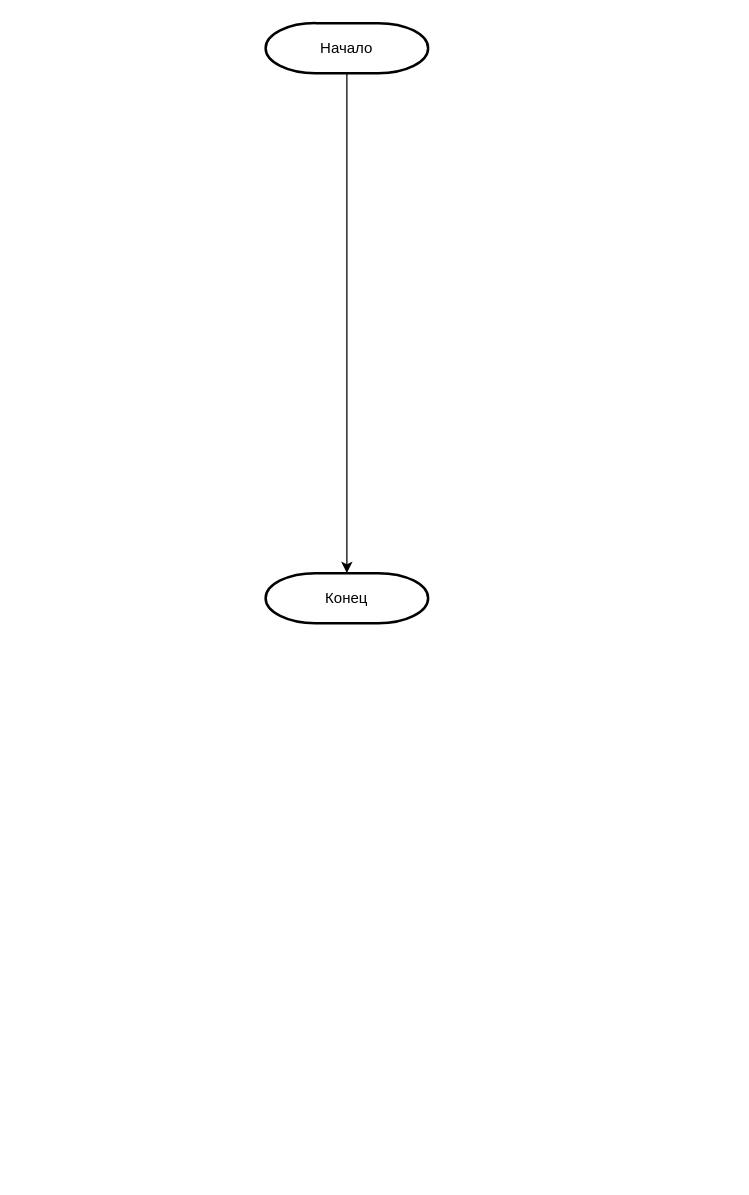
Earlier version of the draw.io diagram Algorithm_OPZ/(2. ЧП) Алгоритм Генерация объектов защиты.drawio (SmirnovBogdan8/Diplom). Source tidied: cells renumbered, new cells numbered last; positions are measured from the earlier drawing's top-left corner, leaving out a move shared by most shapes. Both pictures are drawn from the tidied source at 125%, with x=0, y=0 at pixel (265, 22).
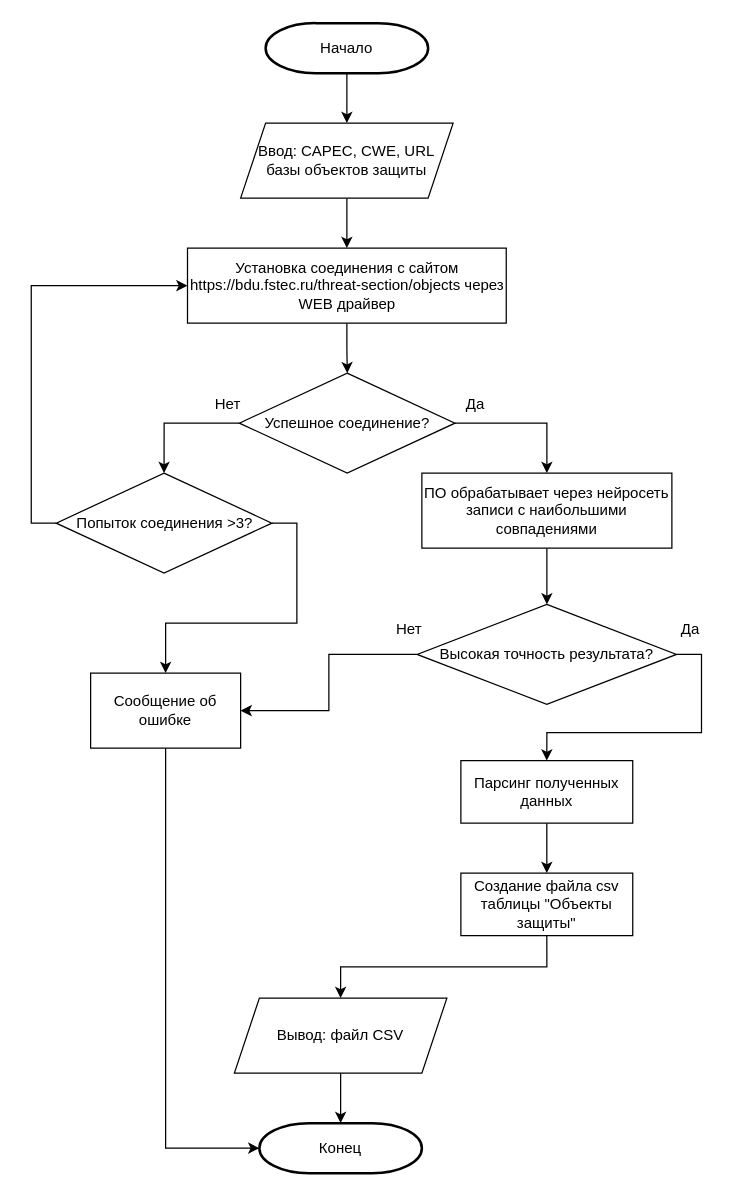
The same diagram, later.

Unchanged cells that the change refers to:
```xml
<mxCell id="3" value="Начало" style="strokeWidth=2;html=1;shape=mxgraph.flowchart.terminator;whiteSpace=wrap;" parent="1" vertex="1">
  <mxGeometry width="130" height="40" as="geometry" />
</mxCell>
```

Diff of the diagram source:
```diff
@@
-    <mxCell id="2" style="edgeStyle=orthogonalEdgeStyle;rounded=0;jettySize=auto;html=1;exitX=0.5;exitY=1;exitDx=0;exitDy=0;exitPerimeter=0;" parent="1" edge="1" source="3" target="4">
-      <mxGeometry relative="1" as="geometry" />
-    </mxCell>
+    <mxCell id="5" style="edgeStyle=orthogonalEdgeStyle;rounded=0;jettySize=auto;html=1;" parent="1" edge="1" source="3" target="7">
+      <mxGeometry relative="1" as="geometry" />
+    </mxCell>
@@
     <mxCell id="4" value="Конец" style="strokeWidth=2;html=1;shape=mxgraph.flowchart.terminator;whiteSpace=wrap;" parent="1" vertex="1">
-      <mxGeometry y="440" width="130" height="40" as="geometry" />
+      <mxGeometry x="-5" y="880" width="130" height="40" as="geometry" />
     </mxCell>
+    <mxCell id="6" style="edgeStyle=orthogonalEdgeStyle;rounded=0;jettySize=auto;html=1;" parent="1" edge="1" source="7" target="9">
+      <mxGeometry relative="1" as="geometry" />
+    </mxCell>
+    <mxCell id="7" value="Ввод: CAPEC, CWE, URL базы объектов защиты" style="shape=parallelogram;perimeter=parallelogramPerimeter;whiteSpace=wrap;html=1;fixedSize=1;" parent="1" vertex="1">
+      <mxGeometry x="-20" y="80" width="170" height="60" as="geometry" />
+    </mxCell>
+    <mxCell id="8" style="edgeStyle=orthogonalEdgeStyle;rounded=0;jettySize=auto;html=1;" parent="1" edge="1" source="9" target="12">
+      <mxGeometry relative="1" as="geometry" />
+    </mxCell>
+    <mxCell id="9" value="Установка соединения с сайтом https://bdu.fstec.ru/threat-section/objects&amp;nbsp;через WEB драйвер" style="rounded=0;whiteSpace=wrap;html=1;" parent="1" vertex="1">
+      <mxGeometry x="-62.5" y="180" width="255" height="60" as="geometry" />
+    </mxCell>
+    <mxCell id="10" style="edgeStyle=orthogonalEdgeStyle;rounded=0;jettySize=auto;html=1;exitX=0;exitY=0.5;exitDx=0;exitDy=0;entryX=0.5;entryY=0;entryDx=0;entryDy=0;" parent="1" edge="1" source="12" target="15">
+      <mxGeometry relative="1" as="geometry" />
+    </mxCell>
+    <mxCell id="11" style="edgeStyle=orthogonalEdgeStyle;rounded=0;jettySize=auto;html=1;exitX=1;exitY=0.5;exitDx=0;exitDy=0;entryX=0.5;entryY=0;entryDx=0;entryDy=0;" parent="1" edge="1" source="12" target="19">
+      <mxGeometry relative="1" as="geometry" />
+    </mxCell>
+    <mxCell id="12" value="Успешное соединение?" style="rhombus;whiteSpace=wrap;html=1;" parent="1" vertex="1">
+      <mxGeometry x="-21" y="280" width="172.5" height="80" as="geometry" />
+    </mxCell>
+    <mxCell id="13" style="edgeStyle=orthogonalEdgeStyle;rounded=0;jettySize=auto;html=1;exitX=1;exitY=0.5;exitDx=0;exitDy=0;entryX=0.5;entryY=0;entryDx=0;entryDy=0;" parent="1" edge="1" source="15" target="16">
+      <mxGeometry relative="1" as="geometry" />
+    </mxCell>
+    <mxCell id="14" style="edgeStyle=orthogonalEdgeStyle;rounded=0;jettySize=auto;html=1;exitX=0;exitY=0.5;exitDx=0;exitDy=0;entryX=0;entryY=0.5;entryDx=0;entryDy=0;" parent="1" edge="1" source="15" target="9">
+      <mxGeometry relative="1" as="geometry" />
+    </mxCell>
+    <mxCell id="15" value="Попыток соединения &amp;gt;3?" style="rhombus;whiteSpace=wrap;html=1;" parent="1" vertex="1">
+      <mxGeometry x="-167.5" y="360" width="172.5" height="80" as="geometry" />
+    </mxCell>
+    <mxCell id="16" value="Сообщение об ошибке" style="rounded=0;whiteSpace=wrap;html=1;" parent="1" vertex="1">
+      <mxGeometry x="-140" y="520" width="120" height="60" as="geometry" />
+    </mxCell>
+    <mxCell id="17" style="edgeStyle=orthogonalEdgeStyle;rounded=0;jettySize=auto;html=1;exitX=0.5;exitY=1;exitDx=0;exitDy=0;entryX=0;entryY=0.5;entryDx=0;entryDy=0;entryPerimeter=0;" parent="1" edge="1" source="16" target="4">
+      <mxGeometry relative="1" as="geometry" />
+    </mxCell>
+    <mxCell id="18" style="edgeStyle=orthogonalEdgeStyle;rounded=0;jettySize=auto;html=1;" parent="1" edge="1" source="19" target="22">
+      <mxGeometry relative="1" as="geometry" />
+    </mxCell>
+    <mxCell id="19" value="ПО обрабатывает через нейросеть записи с наибольшими совпадениями" style="rounded=0;whiteSpace=wrap;html=1;" parent="1" vertex="1">
+      <mxGeometry x="125" y="360" width="200" height="60" as="geometry" />
+    </mxCell>
+    <mxCell id="20" style="edgeStyle=orthogonalEdgeStyle;rounded=0;jettySize=auto;html=1;exitX=0;exitY=0.5;exitDx=0;exitDy=0;entryX=1;entryY=0.5;entryDx=0;entryDy=0;" parent="1" edge="1" source="22" target="16">
+      <mxGeometry relative="1" as="geometry" />
+    </mxCell>
+    <mxCell id="21" style="edgeStyle=orthogonalEdgeStyle;rounded=0;jettySize=auto;html=1;exitX=1;exitY=0.5;exitDx=0;exitDy=0;entryX=0.5;entryY=0;entryDx=0;entryDy=0;" parent="1" edge="1" source="22" target="24">
+      <mxGeometry relative="1" as="geometry" />
+    </mxCell>
+    <mxCell id="22" value="Высокая точность результата?" style="rhombus;whiteSpace=wrap;html=1;" parent="1" vertex="1">
+      <mxGeometry x="121.2" y="465" width="207.5" height="80" as="geometry" />
+    </mxCell>
+    <mxCell id="23" style="edgeStyle=orthogonalEdgeStyle;rounded=0;jettySize=auto;html=1;" parent="1" edge="1" source="24" target="26">
+      <mxGeometry relative="1" as="geometry" />
+    </mxCell>
+    <mxCell id="24" value="Парсинг полученных данных" style="rounded=0;whiteSpace=wrap;html=1;" parent="1" vertex="1">
+      <mxGeometry x="156.2" y="590" width="137.5" height="50" as="geometry" />
+    </mxCell>
+    <mxCell id="25" style="edgeStyle=orthogonalEdgeStyle;rounded=0;jettySize=auto;html=1;exitX=0.5;exitY=1;exitDx=0;exitDy=0;entryX=0.5;entryY=0;entryDx=0;entryDy=0;" parent="1" edge="1" source="26" target="28">
+      <mxGeometry relative="1" as="geometry" />
+    </mxCell>
+    <mxCell id="26" value="Создание файла csv таблицы &quot;Объекты защиты&quot;" style="rounded=0;whiteSpace=wrap;html=1;" parent="1" vertex="1">
+      <mxGeometry x="156.2" y="680" width="137.5" height="50" as="geometry" />
+    </mxCell>
+    <mxCell id="27" style="edgeStyle=orthogonalEdgeStyle;rounded=0;jettySize=auto;html=1;" parent="1" edge="1" source="28" target="4">
+      <mxGeometry relative="1" as="geometry" />
+    </mxCell>
+    <mxCell id="28" value="Вывод: файл CSV" style="shape=parallelogram;perimeter=parallelogramPerimeter;whiteSpace=wrap;html=1;fixedSize=1;" parent="1" vertex="1">
+      <mxGeometry x="-25" y="780" width="170" height="60" as="geometry" />
+    </mxCell>
+    <mxCell id="29" value="Да" style="text;html=1;align=center;verticalAlign=middle;whiteSpace=wrap;rounded=0;" parent="1" vertex="1">
+      <mxGeometry x="137.5" y="290" width="60" height="30" as="geometry" />
+    </mxCell>
+    <mxCell id="30" value="Нет" style="text;html=1;align=center;verticalAlign=middle;whiteSpace=wrap;rounded=0;" parent="1" vertex="1">
+      <mxGeometry x="-60" y="290" width="60" height="30" as="geometry" />
+    </mxCell>
+    <mxCell id="31" value="Да" style="text;html=1;align=center;verticalAlign=middle;whiteSpace=wrap;rounded=0;" parent="1" vertex="1">
+      <mxGeometry x="310" y="470" width="60" height="30" as="geometry" />
+    </mxCell>
+    <mxCell id="32" value="Нет" style="text;html=1;align=center;verticalAlign=middle;whiteSpace=wrap;rounded=0;" parent="1" vertex="1">
+      <mxGeometry x="85" y="470" width="60" height="30" as="geometry" />
+    </mxCell>
```
